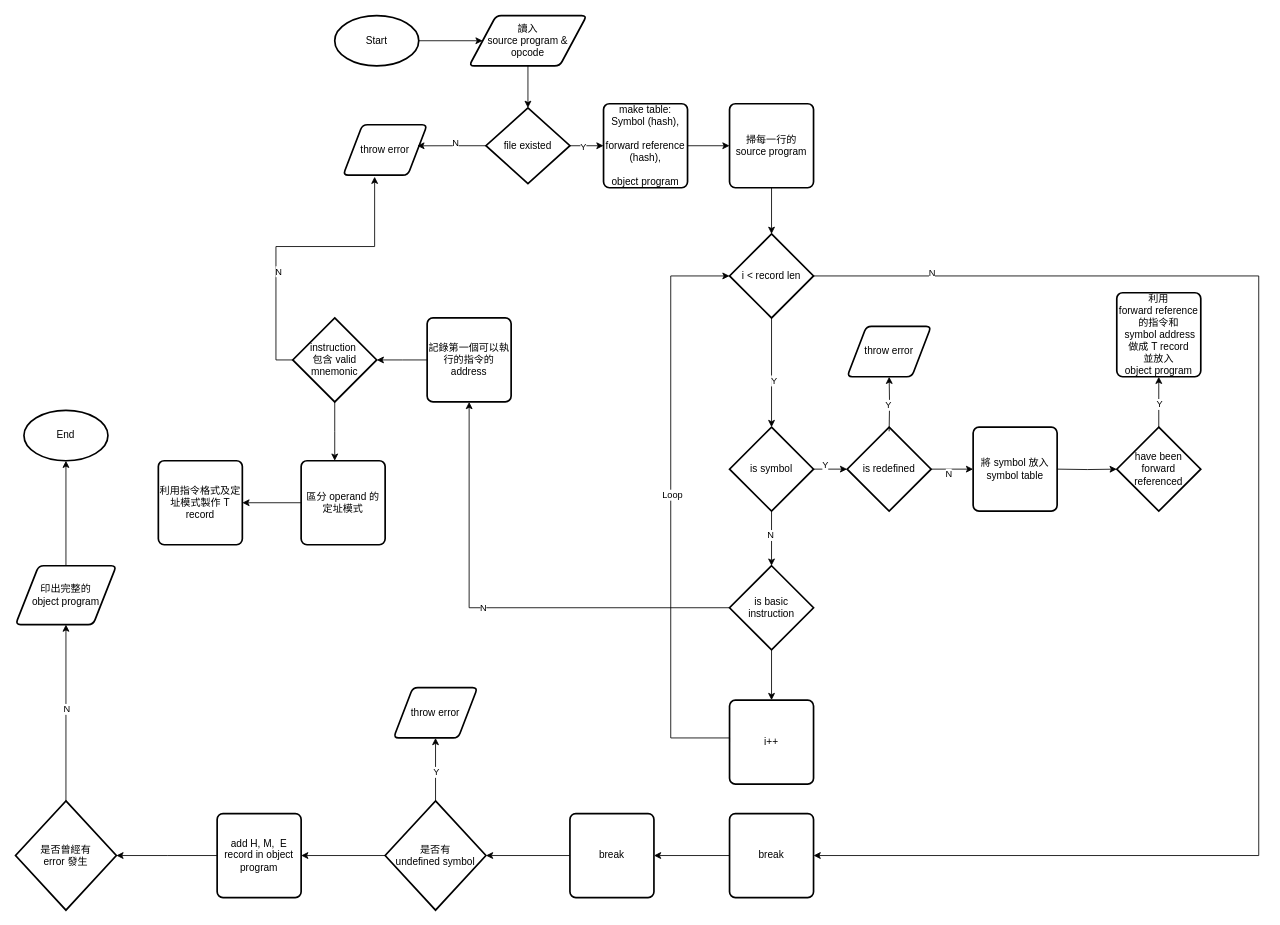
Above: flow_chart.drawio in tommygood/Assembler (draw.io), before the change. Source tidied: cells renumbered, new cells numbered last; positions are measured from the earlier drawing's top-left corner, leaving out a move shared by most shapes. Both pictures are drawn from the tidied source at 84%, with x=0, y=0 at pixel (15, 15).
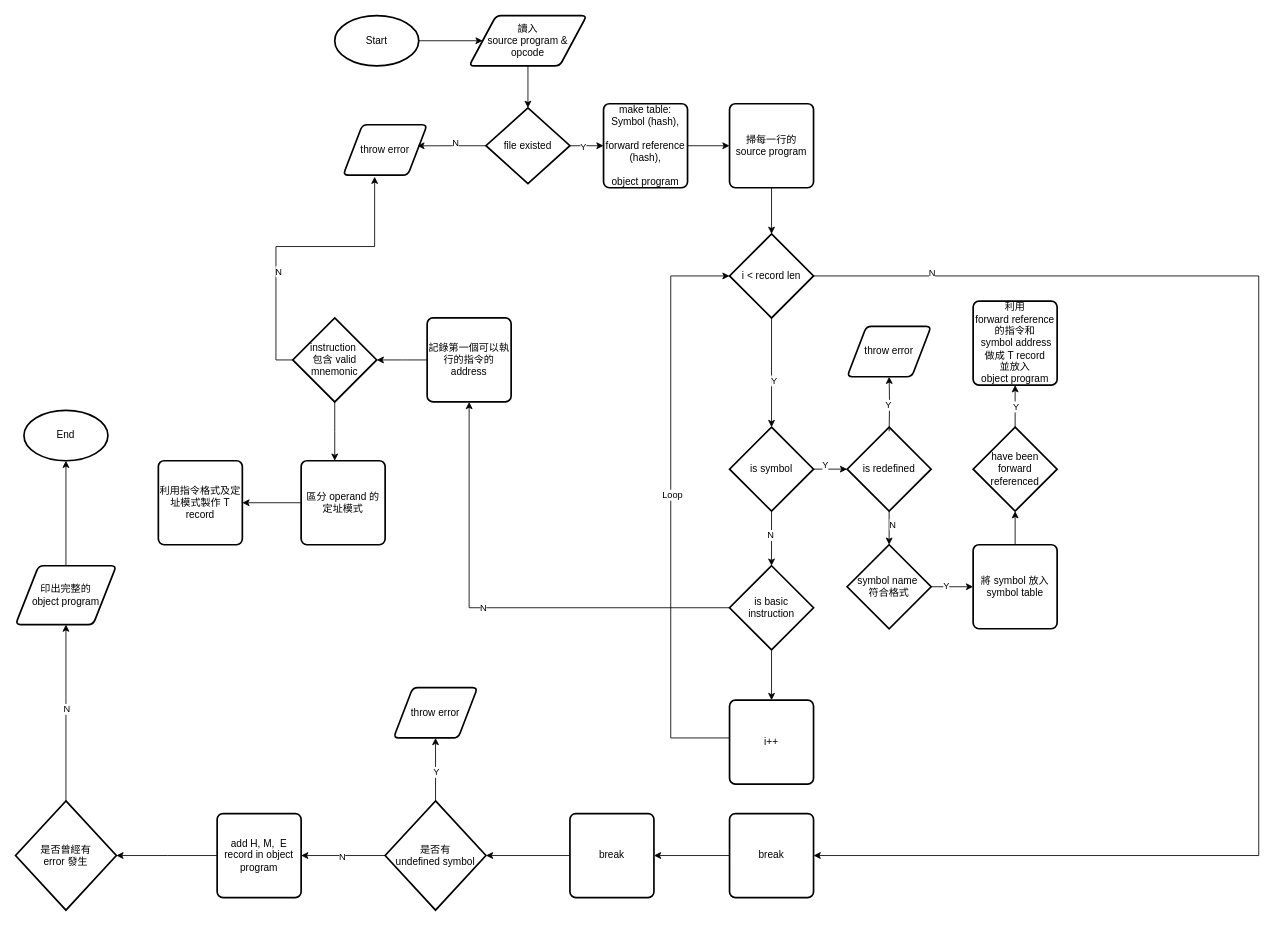
The same diagram, later.

The change refers to these unchanged cells:
```xml
<mxCell id="51" style="edgeStyle=orthogonalEdgeStyle;rounded=0;jettySize=auto;html=1;exitX=0;exitY=0.5;exitDx=0;exitDy=0;exitPerimeter=0;entryX=1;entryY=0.5;entryDx=0;entryDy=0;" parent="1" edge="1" source="52" target="46">
  <mxGeometry relative="1" as="geometry" />
</mxCell>
<mxCell id="62" value="is redefined" style="strokeWidth=2;html=1;shape=mxgraph.flowchart.decision;whiteSpace=wrap;" parent="1" vertex="1">
  <mxGeometry x="990" y="490" width="100" height="100" as="geometry" />
</mxCell>
```

What changed in the source:
```diff
@@
+    <mxCell id="72" value="N" style="edgeLabel;html=1;align=center;verticalAlign=middle;" parent="51" vertex="1">
+      <mxGeometry x="0.03" y="1" relative="1" as="geometry" />
+    </mxCell>
@@
-    <mxCell id="60" style="edgeStyle=orthogonalEdgeStyle;rounded=0;jettySize=auto;html=1;exitX=1;exitY=0.5;exitDx=0;exitDy=0;exitPerimeter=0;" parent="1" edge="1" source="62">
-      <mxGeometry relative="1" as="geometry">
-        <mxPoint x="1140" y="540" as="targetPoint" />
-      </mxGeometry>
-    </mxCell>
-    <mxCell id="61" value="N" style="edgeLabel;html=1;align=center;verticalAlign=middle;" parent="60" vertex="1">
-      <mxGeometry x="-0.19" y="-5" relative="1" as="geometry" />
-    </mxCell>
+    <mxCell id="73" style="edgeStyle=orthogonalEdgeStyle;rounded=0;jettySize=auto;html=1;exitX=0.5;exitY=1;exitDx=0;exitDy=0;exitPerimeter=0;" parent="1" edge="1" source="62" target="79">
+      <mxGeometry relative="1" as="geometry" />
+    </mxCell>
+    <mxCell id="74" value="N" style="edgeLabel;html=1;align=center;verticalAlign=middle;" parent="73" vertex="1">
+      <mxGeometry x="-0.26" y="3" relative="1" as="geometry" />
+    </mxCell>
@@
     <mxCell id="63" value="將 symbol 放入 symbol table" style="rounded=1;whiteSpace=wrap;html=1;absoluteArcSize=1;arcSize=14;strokeWidth=2;" parent="1" vertex="1">
-      <mxGeometry x="1140" y="490" width="100" height="100" as="geometry" />
+      <mxGeometry x="1140" y="630" width="100" height="100" as="geometry" />
     </mxCell>
-    <mxCell id="64" style="edgeStyle=orthogonalEdgeStyle;rounded=0;jettySize=auto;html=1;exitX=1;exitY=0.5;exitDx=0;exitDy=0;" parent="1" edge="1" target="67">
-      <mxGeometry relative="1" as="geometry">
-        <mxPoint x="1240" y="540" as="sourcePoint" />
-      </mxGeometry>
+    <mxCell id="64" style="edgeStyle=orthogonalEdgeStyle;rounded=0;jettySize=auto;html=1;exitX=0.5;exitY=0;exitDx=0;exitDy=0;" parent="1" edge="1" source="63" target="67">
+      <mxGeometry relative="1" as="geometry" />
     </mxCell>
-    <mxCell id="65" style="edgeStyle=orthogonalEdgeStyle;rounded=0;jettySize=auto;html=1;exitX=0.5;exitY=0;exitDx=0;exitDy=0;exitPerimeter=0;" parent="1" edge="1" source="67">
-      <mxGeometry relative="1" as="geometry">
-        <mxPoint x="1361" y="430" as="targetPoint" />
-      </mxGeometry>
-    </mxCell>
-    <mxCell id="66" value="Y" style="edgeLabel;html=1;align=center;verticalAlign=middle;" parent="65" vertex="1">
-      <mxGeometry x="-0.09" relative="1" as="geometry" />
-    </mxCell>
+    <mxCell id="75" style="edgeStyle=orthogonalEdgeStyle;rounded=0;jettySize=auto;html=1;exitX=0.5;exitY=0;exitDx=0;exitDy=0;exitPerimeter=0;entryX=0.5;entryY=1;entryDx=0;entryDy=0;" parent="1" edge="1" source="67" target="68">
+      <mxGeometry relative="1" as="geometry" />
+    </mxCell>
+    <mxCell id="76" value="Y" style="edgeLabel;html=1;align=center;verticalAlign=middle;" parent="75" vertex="1">
+      <mxGeometry x="0.01" relative="1" as="geometry" />
+    </mxCell>
     <mxCell id="67" value="have been forward referenced" style="strokeWidth=2;html=1;shape=mxgraph.flowchart.decision;whiteSpace=wrap;" parent="1" vertex="1">
-      <mxGeometry x="1311" y="490" width="100" height="100" as="geometry" />
+      <mxGeometry x="1140" y="490" width="100" height="100" as="geometry" />
     </mxCell>
     <mxCell id="68" value="利用 &lt;br&gt;forward reference 的指令和&lt;br&gt;&amp;nbsp;symbol address 做成 T record &lt;br&gt;並放入 &lt;br&gt;object program" style="rounded=1;whiteSpace=wrap;html=1;absoluteArcSize=1;arcSize=14;strokeWidth=2;" parent="1" vertex="1">
-      <mxGeometry x="1311" y="330" width="100" height="100" as="geometry" />
+      <mxGeometry x="1140" y="340" width="100" height="100" as="geometry" />
     </mxCell>
@@
+    <mxCell id="77" style="edgeStyle=orthogonalEdgeStyle;rounded=0;jettySize=auto;html=1;exitX=1;exitY=0.5;exitDx=0;exitDy=0;exitPerimeter=0;entryX=0;entryY=0.5;entryDx=0;entryDy=0;" parent="1" edge="1" source="79" target="63">
+      <mxGeometry relative="1" as="geometry" />
+    </mxCell>
+    <mxCell id="78" value="Y" style="edgeLabel;html=1;align=center;verticalAlign=middle;" parent="77" vertex="1">
+      <mxGeometry x="-0.33" y="2" relative="1" as="geometry" />
+    </mxCell>
+    <mxCell id="79" value="symbol name&amp;nbsp;&lt;div&gt;符合格式&lt;/div&gt;" style="strokeWidth=2;html=1;shape=mxgraph.flowchart.decision;whiteSpace=wrap;" parent="1" vertex="1">
+      <mxGeometry x="990" y="630" width="100" height="100" as="geometry" />
+    </mxCell>
```
